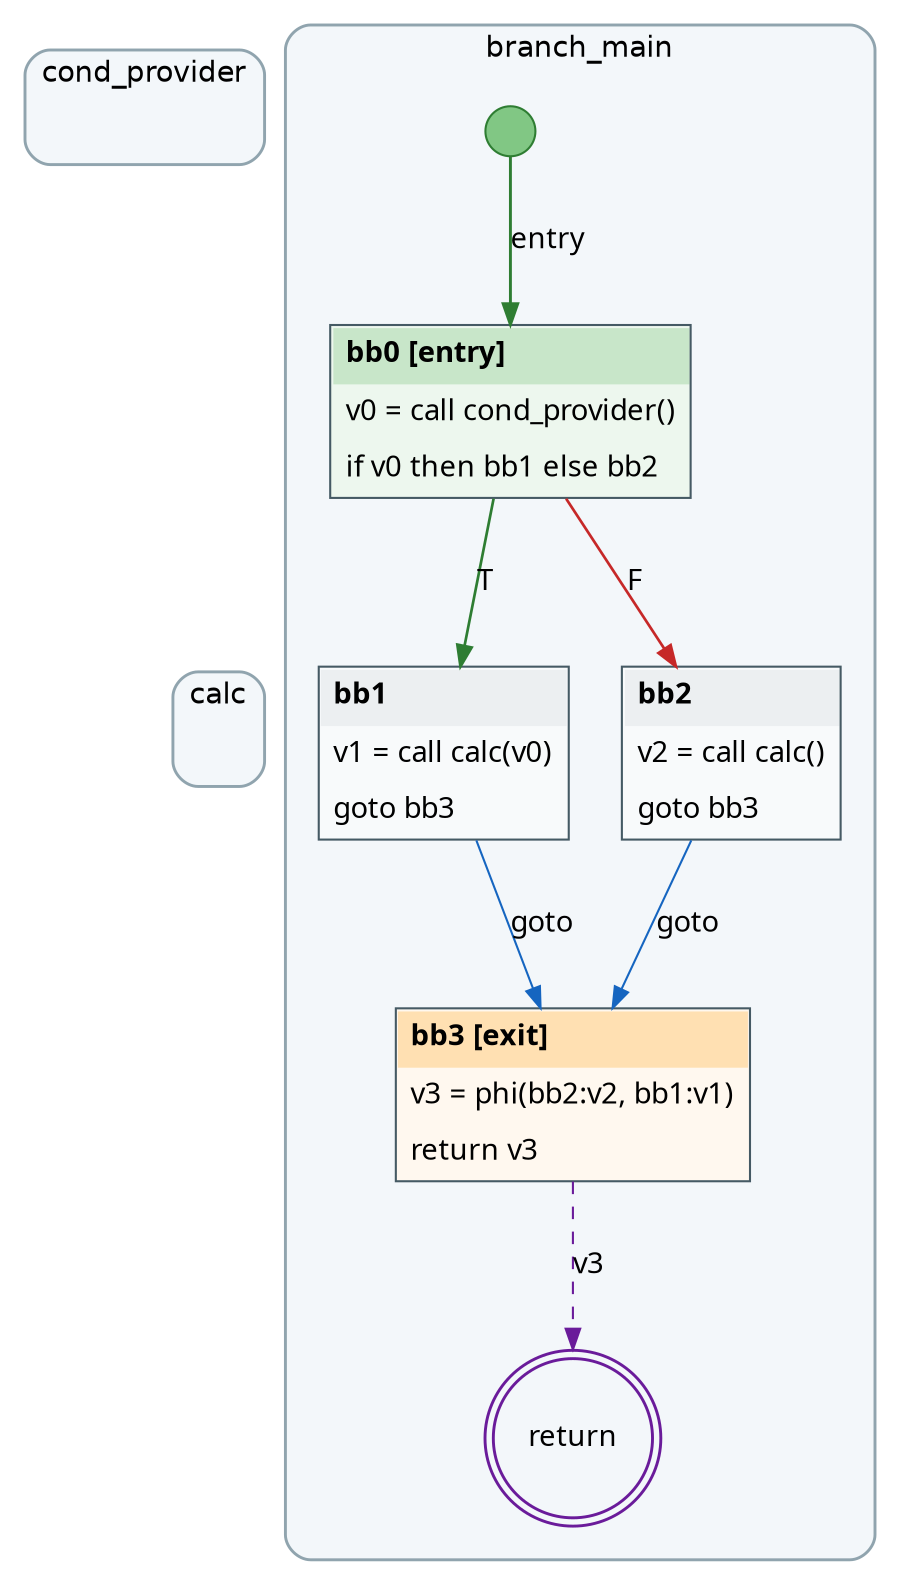
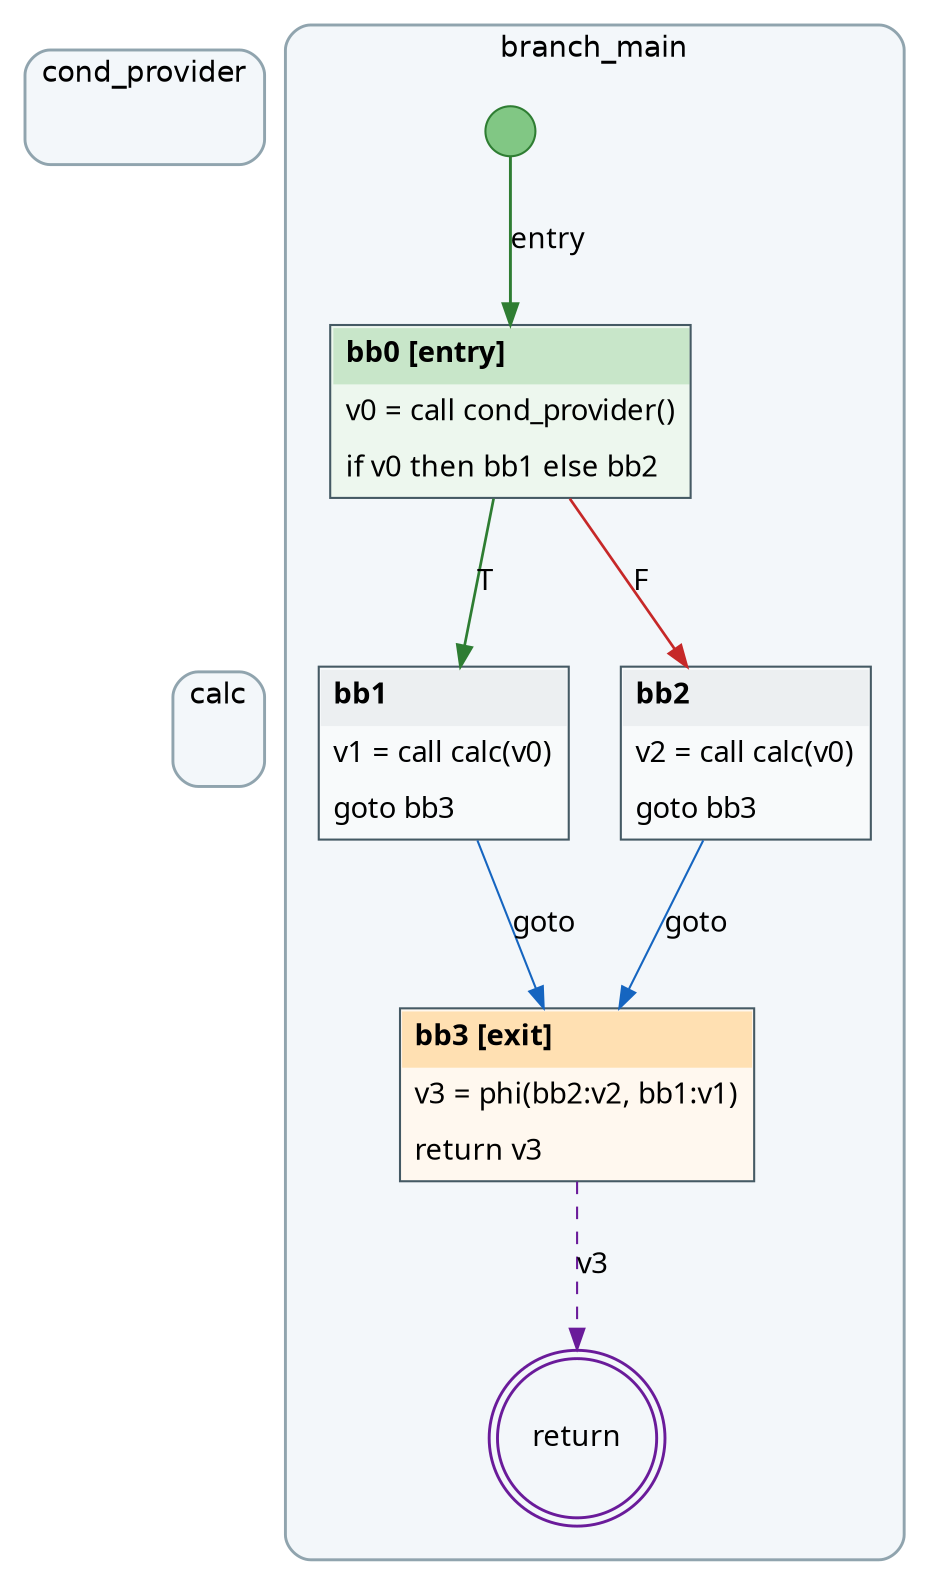
digraph SSA {
  rankdir=TB;
  newrank=true;
  ranksep=0.9;
  nodesep=0.35;
  splines=true;
  fontname="Helvetica";
  node [fontname="Menlo"];
  edge [fontname="Menlo"];
  subgraph cluster_f0 {
    color="#90a4ae"; style="rounded,filled"; fillcolor="#f3f7fa"; penwidth=1.4;
    margin=16;
    labelloc=t; label="cond_provider";
    f0_order [shape=point, style=invis, width=0, height=0, label=""];
  }
  subgraph cluster_f1 {
    color="#90a4ae"; style="rounded,filled"; fillcolor="#f3f7fa"; penwidth=1.4;
    margin=16;
    labelloc=t; label="calc";
    f1_order [shape=point, style=invis, width=0, height=0, label=""];
  }
  subgraph cluster_f2 {
    color="#90a4ae"; style="rounded,filled"; fillcolor="#f3f7fa"; penwidth=1.4;
    margin=16;
    labelloc=t; label="branch_main";
    f2_order [shape=point, style=invis, width=0, height=0, label=""];
    f2_entry [shape=circle, fixedsize=true, width=0.34, label="", style=filled, fillcolor="#81c784", color="#2e7d32"];
    f2_bb0 [shape=plain, margin=0, label=<
      <TABLE BORDER="1" CELLBORDER="0" CELLSPACING="0" CELLPADDING="6" COLOR="#455a64" BGCOLOR="#edf7ee">
        <TR><TD ALIGN="LEFT" BGCOLOR="#c8e6c9"><B>bb0 [entry]</B></TD></TR>
        <TR><TD ALIGN="LEFT"><FONT FACE="Menlo">v0 = call cond_provider()</FONT></TD></TR>
        <TR><TD ALIGN="LEFT"><FONT FACE="Menlo">if v0 then bb1 else bb2</FONT></TD></TR>
      </TABLE>
    >];
    f2_bb1 [shape=plain, margin=0, label=<
      <TABLE BORDER="1" CELLBORDER="0" CELLSPACING="0" CELLPADDING="6" COLOR="#455a64" BGCOLOR="#f8fafb">
        <TR><TD ALIGN="LEFT" BGCOLOR="#eceff1"><B>bb1</B></TD></TR>
        <TR><TD ALIGN="LEFT"><FONT FACE="Menlo">v1 = call calc(v0)</FONT></TD></TR>
        <TR><TD ALIGN="LEFT"><FONT FACE="Menlo">goto bb3</FONT></TD></TR>
      </TABLE>
    >];
    f2_bb2 [shape=plain, margin=0, label=<
      <TABLE BORDER="1" CELLBORDER="0" CELLSPACING="0" CELLPADDING="6" COLOR="#455a64" BGCOLOR="#f8fafb">
        <TR><TD ALIGN="LEFT" BGCOLOR="#eceff1"><B>bb2</B></TD></TR>
-         <TR><TD ALIGN="LEFT"><FONT FACE="Menlo">v2 = call calc()</FONT></TD></TR>
+         <TR><TD ALIGN="LEFT"><FONT FACE="Menlo">v2 = call calc(v0)</FONT></TD></TR>
        <TR><TD ALIGN="LEFT"><FONT FACE="Menlo">goto bb3</FONT></TD></TR>
      </TABLE>
    >];
    f2_bb3 [shape=plain, margin=0, label=<
      <TABLE BORDER="1" CELLBORDER="0" CELLSPACING="0" CELLPADDING="6" COLOR="#455a64" BGCOLOR="#fff8ef">
        <TR><TD ALIGN="LEFT" BGCOLOR="#ffe0b2"><B>bb3 [exit]</B></TD></TR>
        <TR><TD ALIGN="LEFT"><FONT FACE="Menlo">v3 = phi(bb2:v2, bb1:v1)</FONT></TD></TR>
        <TR><TD ALIGN="LEFT"><FONT FACE="Menlo">return v3</FONT></TD></TR>
      </TABLE>
    >];
    f2_entry -> f2_bb0 [label="entry", color="#2e7d32", penwidth=1.4];
    f2_bb0 -> f2_bb1 [label="T", color="#2e7d32", penwidth=1.3];
    f2_bb0 -> f2_bb2 [label="F", color="#c62828", penwidth=1.3];
    f2_bb1 -> f2_bb3 [label="goto", color="#1565c0"];
    f2_bb2 -> f2_bb3 [label="goto", color="#1565c0"];
    f2_ret [shape=doublecircle, label="return", color="#6a1b9a", penwidth=1.4];
    f2_bb3 -> f2_ret [style=dashed, color="#6a1b9a", label="v3"];
  }
  f0_order -> f1_order [style=invis, weight=200, minlen=2];
  f1_order -> f2_order [style=invis, weight=200, minlen=2];
}
